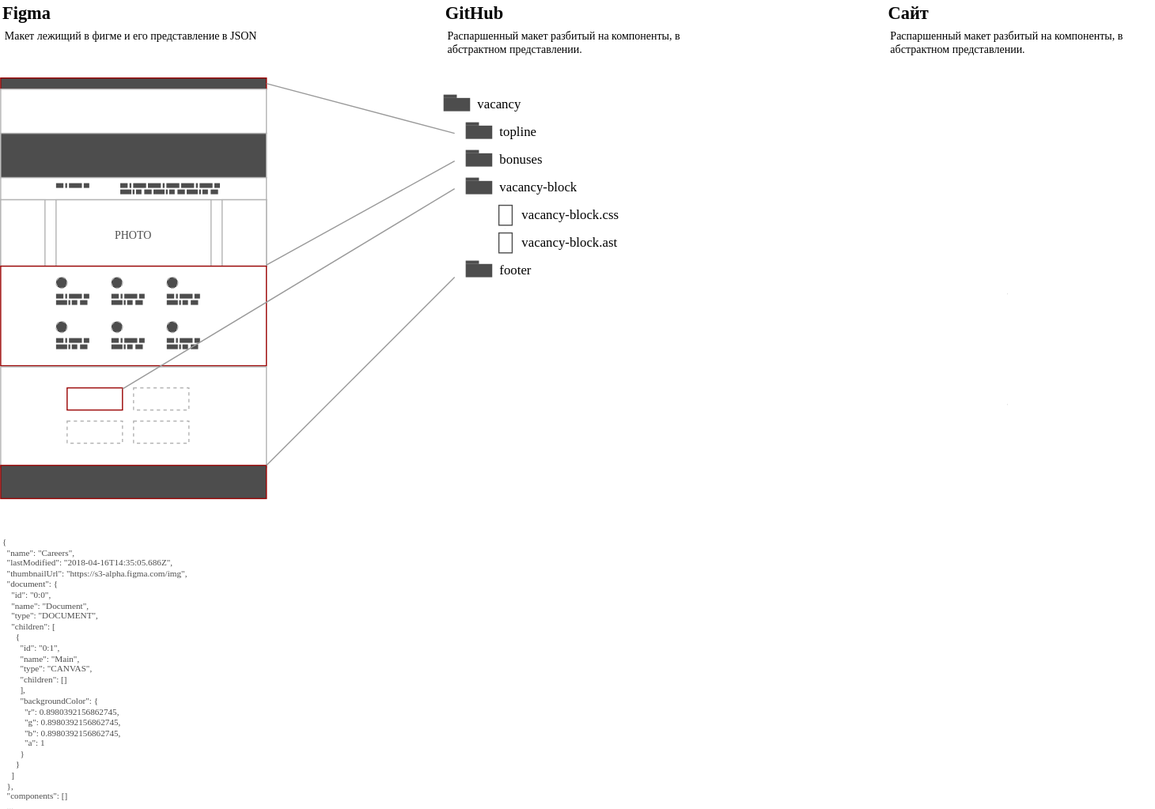
This is ambitious-figma.svg from ajile/draw-io, a draw.io export, as it was before one commit. Source tidied: cells renumbered, new cells last; positions are measured from the earlier drawing's top-left corner, leaving out a move shared by most shapes.
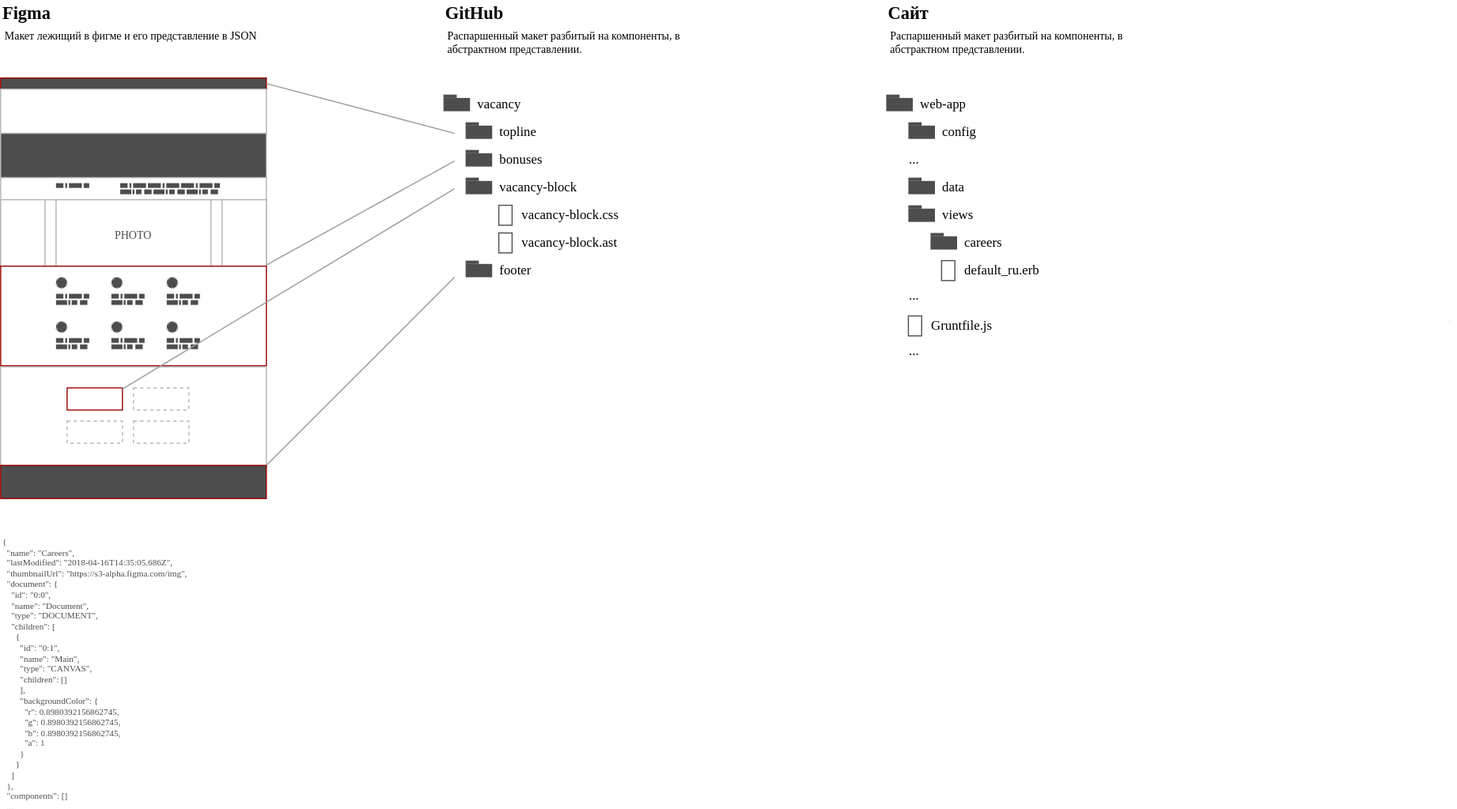
Later version of the same file.

The edit, as a diff of the source:
```diff
@@ -468,12 +468,6 @@
     <mxCell id="157" style="rounded=0;whiteSpace=wrap;html=1;shadow=0;strokeColor=none;strokeWidth=1;fillColor=#4D4D4D;fontFamily=Verdana;fontSize=10;fontColor=#000000;align=left;" parent="156" vertex="1">
       <mxGeometry width="24" height="12" as="geometry" />
     </mxCell>
-    <mxCell id="158" style="edgeStyle=none;rounded=0;html=1;exitX=0.75;exitY=0;entryX=0.75;entryY=0;dashed=1;labelBackgroundColor=none;startArrow=none;startFill=0;startSize=16;endArrow=classicThin;endFill=1;endSize=4;jettySize=auto;orthogonalLoop=1;strokeColor=#999999;strokeWidth=1;fontFamily=Verdana;fontSize=10;fontColor=#000000;" parent="153" edge="1">
-      <mxGeometry relative="1" as="geometry">
-        <mxPoint x="489" y="130" as="sourcePoint" />
-        <mxPoint x="489" y="130" as="targetPoint" />
-      </mxGeometry>
-    </mxCell>
     <mxCell id="159" value="bonuses&lt;br style=&quot;font-size: 12px&quot;&gt;" style="text;html=1;strokeColor=none;fillColor=none;align=left;verticalAlign=middle;whiteSpace=wrap;rounded=0;shadow=0;fontFamily=Verdana;fontSize=12;fontColor=#000000;spacingLeft=5;" parent="98" vertex="1">
       <mxGeometry x="444" y="133" width="136" height="20" as="geometry" />
     </mxCell>
@@ -537,12 +531,6 @@
     <mxCell id="178" style="rounded=0;whiteSpace=wrap;html=1;shadow=0;strokeColor=none;strokeWidth=1;fillColor=#4D4D4D;fontFamily=Verdana;fontSize=10;fontColor=#000000;align=left;" parent="177" vertex="1">
       <mxGeometry width="24" height="12" as="geometry" />
     </mxCell>
-    <mxCell id="179" style="edgeStyle=none;rounded=0;html=1;exitX=0.75;exitY=0;entryX=0.75;entryY=0;dashed=1;labelBackgroundColor=none;startArrow=none;startFill=0;startSize=16;endArrow=classicThin;endFill=1;endSize=4;jettySize=auto;orthogonalLoop=1;strokeColor=#999999;strokeWidth=1;fontFamily=Verdana;fontSize=10;fontColor=#000000;" parent="174" edge="1">
-      <mxGeometry relative="1" as="geometry">
-        <mxPoint x="489" y="130" as="sourcePoint" />
-        <mxPoint x="489" y="130" as="targetPoint" />
-      </mxGeometry>
-    </mxCell>
     <mxCell id="180" style="endArrow=none;html=1;labelBackgroundColor=none;strokeColor=#999999;strokeWidth=1;fontFamily=Verdana;fontSize=12;fontColor=#000000;exitX=1;exitY=-0.011;exitPerimeter=0;" parent="98" edge="1" source="11">
       <mxGeometry relative="1" as="geometry">
         <mxPoint x="410" y="145" as="targetPoint" />
@@ -600,5 +588,146 @@
     <mxCell id="194" value="Распаршенный макет разбитый на компоненты, в абстрактном представлении.&lt;br&gt;" style="text;html=1;strokeColor=none;fillColor=none;align=left;verticalAlign=top;whiteSpace=wrap;rounded=0;shadow=0;dashed=1;fontFamily=Verdana;fontSize=10;fontColor=#000000;fontStyle=0;" parent="98" vertex="1">
       <mxGeometry x="802" y="20" width="240" height="30" as="geometry" />
     </mxCell>
+    <mxCell id="195" style="group;strokeColor=none;" parent="98" vertex="1">
+      <mxGeometry x="820" y="110" width="24" height="15" as="geometry" />
+    </mxCell>
+    <mxCell id="196" style="rounded=0;whiteSpace=wrap;html=1;shadow=0;strokeColor=none;strokeWidth=1;fillColor=#4D4D4D;fontFamily=Verdana;fontSize=10;fontColor=#000000;align=left;" parent="195" vertex="1">
+      <mxGeometry width="12" height="3" as="geometry" />
+    </mxCell>
+    <mxCell id="197" style="edgeStyle=none;rounded=0;html=1;exitX=0.75;exitY=0;entryX=0.75;entryY=0;dashed=1;labelBackgroundColor=none;startArrow=none;startFill=0;startSize=16;endArrow=classicThin;endFill=1;endSize=4;jettySize=auto;orthogonalLoop=1;strokeColor=#999999;strokeWidth=1;fontFamily=Verdana;fontSize=10;fontColor=#000000;" parent="195" edge="1" source="196" target="196">
+      <mxGeometry relative="1" as="geometry" />
+    </mxCell>
+    <mxCell id="198" style="group;" parent="195" vertex="1">
+      <mxGeometry y="3" width="24" height="12" as="geometry" />
+    </mxCell>
+    <mxCell id="199" style="rounded=0;whiteSpace=wrap;html=1;shadow=0;strokeColor=none;strokeWidth=1;fillColor=#4D4D4D;fontFamily=Verdana;fontSize=10;fontColor=#000000;align=left;" parent="198" vertex="1">
+      <mxGeometry width="24" height="12" as="geometry" />
+    </mxCell>
+    <mxCell id="200" value="config&lt;br style=&quot;font-size: 12px&quot;&gt;" style="text;html=1;strokeColor=none;fillColor=none;align=left;verticalAlign=middle;whiteSpace=wrap;rounded=0;shadow=0;fontFamily=Verdana;fontSize=12;fontColor=#000000;spacingLeft=5;" parent="98" vertex="1">
+      <mxGeometry x="844" y="108" width="136" height="20" as="geometry" />
+    </mxCell>
+    <mxCell id="201" style="group;strokeColor=none;" parent="98" vertex="1">
+      <mxGeometry x="820" y="160" width="24" height="15" as="geometry" />
+    </mxCell>
+    <mxCell id="202" style="rounded=0;whiteSpace=wrap;html=1;shadow=0;strokeColor=none;strokeWidth=1;fillColor=#4D4D4D;fontFamily=Verdana;fontSize=10;fontColor=#000000;align=left;" parent="201" vertex="1">
+      <mxGeometry width="12" height="3" as="geometry" />
+    </mxCell>
+    <mxCell id="203" style="edgeStyle=none;rounded=0;html=1;exitX=0.75;exitY=0;entryX=0.75;entryY=0;dashed=1;labelBackgroundColor=none;startArrow=none;startFill=0;startSize=16;endArrow=classicThin;endFill=1;endSize=4;jettySize=auto;orthogonalLoop=1;strokeColor=#999999;strokeWidth=1;fontFamily=Verdana;fontSize=10;fontColor=#000000;" parent="201" edge="1" source="202" target="202">
+      <mxGeometry relative="1" as="geometry" />
+    </mxCell>
+    <mxCell id="204" style="group;" parent="201" vertex="1">
+      <mxGeometry y="3" width="24" height="12" as="geometry" />
+    </mxCell>
+    <mxCell id="205" style="rounded=0;whiteSpace=wrap;html=1;shadow=0;strokeColor=none;strokeWidth=1;fillColor=#4D4D4D;fontFamily=Verdana;fontSize=10;fontColor=#000000;align=left;" parent="204" vertex="1">
+      <mxGeometry width="24" height="12" as="geometry" />
+    </mxCell>
+    <mxCell id="206" style="edgeStyle=none;rounded=0;html=1;exitX=0.75;exitY=0;entryX=0.75;entryY=0;dashed=1;labelBackgroundColor=none;startArrow=none;startFill=0;startSize=16;endArrow=classicThin;endFill=1;endSize=4;jettySize=auto;orthogonalLoop=1;strokeColor=#999999;strokeWidth=1;fontFamily=Verdana;fontSize=10;fontColor=#000000;" parent="201" edge="1">
+      <mxGeometry relative="1" as="geometry">
+        <mxPoint x="489" y="130" as="sourcePoint" />
+        <mxPoint x="489" y="130" as="targetPoint" />
+      </mxGeometry>
+    </mxCell>
+    <mxCell id="207" value="data&lt;br style=&quot;font-size: 12px&quot;&gt;" style="text;html=1;strokeColor=none;fillColor=none;align=left;verticalAlign=middle;whiteSpace=wrap;rounded=0;shadow=0;fontFamily=Verdana;fontSize=12;fontColor=#000000;spacingLeft=5;" parent="98" vertex="1">
+      <mxGeometry x="844" y="158" width="136" height="20" as="geometry" />
+    </mxCell>
+    <mxCell id="208" style="group;strokeColor=none;" parent="98" vertex="1">
+      <mxGeometry x="820" y="185" width="24" height="15" as="geometry" />
+    </mxCell>
+    <mxCell id="209" style="rounded=0;whiteSpace=wrap;html=1;shadow=0;strokeColor=none;strokeWidth=1;fillColor=#4D4D4D;fontFamily=Verdana;fontSize=10;fontColor=#000000;align=left;" parent="208" vertex="1">
+      <mxGeometry width="12" height="3" as="geometry" />
+    </mxCell>
+    <mxCell id="210" style="edgeStyle=none;rounded=0;html=1;exitX=0.75;exitY=0;entryX=0.75;entryY=0;dashed=1;labelBackgroundColor=none;startArrow=none;startFill=0;startSize=16;endArrow=classicThin;endFill=1;endSize=4;jettySize=auto;orthogonalLoop=1;strokeColor=#999999;strokeWidth=1;fontFamily=Verdana;fontSize=10;fontColor=#000000;" parent="208" edge="1" source="209" target="209">
+      <mxGeometry relative="1" as="geometry" />
+    </mxCell>
+    <mxCell id="211" style="group;" parent="208" vertex="1">
+      <mxGeometry y="3" width="24" height="12" as="geometry" />
+    </mxCell>
+    <mxCell id="212" style="rounded=0;whiteSpace=wrap;html=1;shadow=0;strokeColor=none;strokeWidth=1;fillColor=#4D4D4D;fontFamily=Verdana;fontSize=10;fontColor=#000000;align=left;" parent="211" vertex="1">
+      <mxGeometry width="24" height="12" as="geometry" />
+    </mxCell>
+    <mxCell id="213" value="views&lt;br style=&quot;font-size: 12px&quot;&gt;" style="text;html=1;strokeColor=none;fillColor=none;align=left;verticalAlign=middle;whiteSpace=wrap;rounded=0;shadow=0;fontFamily=Verdana;fontSize=12;fontColor=#000000;spacingLeft=5;" parent="98" vertex="1">
+      <mxGeometry x="844" y="183" width="136" height="20" as="geometry" />
+    </mxCell>
+    <mxCell id="214" style="group;strokeColor=none;" parent="98" vertex="1">
+      <mxGeometry x="800" y="85" width="24" height="15" as="geometry" />
+    </mxCell>
+    <mxCell id="215" style="rounded=0;whiteSpace=wrap;html=1;shadow=0;strokeColor=none;strokeWidth=1;fillColor=#4D4D4D;fontFamily=Verdana;fontSize=10;fontColor=#000000;align=left;" parent="214" vertex="1">
+      <mxGeometry width="12" height="3" as="geometry" />
+    </mxCell>
+    <mxCell id="216" style="edgeStyle=none;rounded=0;html=1;exitX=0.75;exitY=0;entryX=0.75;entryY=0;dashed=1;labelBackgroundColor=none;startArrow=none;startFill=0;startSize=16;endArrow=classicThin;endFill=1;endSize=4;jettySize=auto;orthogonalLoop=1;strokeColor=#999999;strokeWidth=1;fontFamily=Verdana;fontSize=10;fontColor=#000000;" parent="214" edge="1" source="215" target="215">
+      <mxGeometry relative="1" as="geometry" />
+    </mxCell>
+    <mxCell id="217" style="group;" parent="214" vertex="1">
+      <mxGeometry y="3" width="24" height="12" as="geometry" />
+    </mxCell>
+    <mxCell id="218" style="rounded=0;whiteSpace=wrap;html=1;shadow=0;strokeColor=none;strokeWidth=1;fillColor=#4D4D4D;fontFamily=Verdana;fontSize=10;fontColor=#000000;align=left;" parent="217" vertex="1">
+      <mxGeometry width="24" height="12" as="geometry" />
+    </mxCell>
+    <mxCell id="219" value="web-app&lt;br style=&quot;font-size: 12px&quot;&gt;" style="text;html=1;strokeColor=none;fillColor=none;align=left;verticalAlign=middle;whiteSpace=wrap;rounded=0;shadow=0;fontFamily=Verdana;fontSize=12;fontColor=#000000;spacingLeft=5;" parent="98" vertex="1">
+      <mxGeometry x="824" y="83" width="136" height="20" as="geometry" />
+    </mxCell>
+    <mxCell id="220" style="group;strokeColor=none;" parent="98" vertex="1">
+      <mxGeometry x="820" y="281" width="14" height="25" as="geometry" />
+    </mxCell>
+    <mxCell id="221" style="edgeStyle=none;rounded=0;html=1;exitX=0.75;exitY=0;entryX=0.75;entryY=0;dashed=1;labelBackgroundColor=none;startArrow=none;startFill=0;startSize=16;endArrow=classicThin;endFill=1;endSize=4;jettySize=auto;orthogonalLoop=1;strokeColor=#999999;strokeWidth=1;fontFamily=Verdana;fontSize=10;fontColor=#000000;" parent="220" edge="1">
+      <mxGeometry relative="1" as="geometry">
+        <mxPoint x="5.2" as="sourcePoint" />
+        <mxPoint x="5.2" as="targetPoint" />
+      </mxGeometry>
+    </mxCell>
+    <mxCell id="222" style="group;" parent="220" vertex="1">
+      <mxGeometry y="5" width="14" height="20" as="geometry" />
+    </mxCell>
+    <mxCell id="223" style="rounded=0;whiteSpace=wrap;html=1;shadow=0;strokeColor=#4D4D4D;strokeWidth=1;fillColor=#ffffff;fontFamily=Verdana;fontSize=10;fontColor=#000000;align=left;gradientColor=none;" parent="222" vertex="1">
+      <mxGeometry y="-1" width="12" height="18" as="geometry" />
+    </mxCell>
+    <mxCell id="224" value="Gruntfile.js&lt;br style=&quot;font-size: 12px&quot;&gt;" style="text;html=1;strokeColor=none;fillColor=none;align=left;verticalAlign=middle;whiteSpace=wrap;rounded=0;shadow=0;fontFamily=Verdana;fontSize=12;fontColor=#000000;spacingLeft=5;" parent="98" vertex="1">
+      <mxGeometry x="834" y="283" width="136" height="20" as="geometry" />
+    </mxCell>
+    <mxCell id="225" value="...&lt;br style=&quot;font-size: 12px&quot;&gt;" style="text;html=1;strokeColor=none;fillColor=none;align=left;verticalAlign=middle;whiteSpace=wrap;rounded=0;shadow=0;fontFamily=Verdana;fontSize=12;fontColor=#000000;spacingLeft=5;" parent="98" vertex="1">
+      <mxGeometry x="814" y="133" width="136" height="20" as="geometry" />
+    </mxCell>
+    <mxCell id="226" style="group;strokeColor=none;" parent="98" vertex="1">
+      <mxGeometry x="840" y="210" width="24" height="15" as="geometry" />
+    </mxCell>
+    <mxCell id="227" style="rounded=0;whiteSpace=wrap;html=1;shadow=0;strokeColor=none;strokeWidth=1;fillColor=#4D4D4D;fontFamily=Verdana;fontSize=10;fontColor=#000000;align=left;" parent="226" vertex="1">
+      <mxGeometry width="12" height="3" as="geometry" />
+    </mxCell>
+    <mxCell id="228" style="edgeStyle=none;rounded=0;html=1;exitX=0.75;exitY=0;entryX=0.75;entryY=0;dashed=1;labelBackgroundColor=none;startArrow=none;startFill=0;startSize=16;endArrow=classicThin;endFill=1;endSize=4;jettySize=auto;orthogonalLoop=1;strokeColor=#999999;strokeWidth=1;fontFamily=Verdana;fontSize=10;fontColor=#000000;" parent="226" edge="1" source="227" target="227">
+      <mxGeometry relative="1" as="geometry" />
+    </mxCell>
+    <mxCell id="229" style="group;" parent="226" vertex="1">
+      <mxGeometry y="3" width="24" height="12" as="geometry" />
+    </mxCell>
+    <mxCell id="230" style="rounded=0;whiteSpace=wrap;html=1;shadow=0;strokeColor=none;strokeWidth=1;fillColor=#4D4D4D;fontFamily=Verdana;fontSize=10;fontColor=#000000;align=left;" parent="229" vertex="1">
+      <mxGeometry width="24" height="12" as="geometry" />
+    </mxCell>
+    <mxCell id="231" value="careers&lt;br style=&quot;font-size: 12px&quot;&gt;" style="text;html=1;strokeColor=none;fillColor=none;align=left;verticalAlign=middle;whiteSpace=wrap;rounded=0;shadow=0;fontFamily=Verdana;fontSize=12;fontColor=#000000;spacingLeft=5;" parent="98" vertex="1">
+      <mxGeometry x="864" y="208" width="136" height="20" as="geometry" />
+    </mxCell>
+    <mxCell id="232" style="group;strokeColor=none;" parent="98" vertex="1">
+      <mxGeometry x="850" y="231" width="14" height="25" as="geometry" />
+    </mxCell>
+    <mxCell id="233" style="edgeStyle=none;rounded=0;html=1;exitX=0.75;exitY=0;entryX=0.75;entryY=0;dashed=1;labelBackgroundColor=none;startArrow=none;startFill=0;startSize=16;endArrow=classicThin;endFill=1;endSize=4;jettySize=auto;orthogonalLoop=1;strokeColor=#999999;strokeWidth=1;fontFamily=Verdana;fontSize=10;fontColor=#000000;" parent="232" edge="1">
+      <mxGeometry relative="1" as="geometry">
+        <mxPoint x="5.2" as="sourcePoint" />
+        <mxPoint x="5.2" as="targetPoint" />
+      </mxGeometry>
+    </mxCell>
+    <mxCell id="234" style="group;" parent="232" vertex="1">
+      <mxGeometry y="5" width="14" height="20" as="geometry" />
+    </mxCell>
+    <mxCell id="235" style="rounded=0;whiteSpace=wrap;html=1;shadow=0;strokeColor=#4D4D4D;strokeWidth=1;fillColor=#ffffff;fontFamily=Verdana;fontSize=10;fontColor=#000000;align=left;gradientColor=none;" parent="234" vertex="1">
+      <mxGeometry y="-1" width="12" height="18" as="geometry" />
+    </mxCell>
+    <mxCell id="236" value="default_ru.erb&lt;br style=&quot;font-size: 12px&quot;&gt;" style="text;html=1;strokeColor=none;fillColor=none;align=left;verticalAlign=middle;whiteSpace=wrap;rounded=0;shadow=0;fontFamily=Verdana;fontSize=12;fontColor=#000000;spacingLeft=5;" parent="98" vertex="1">
+      <mxGeometry x="864" y="233" width="136" height="20" as="geometry" />
+    </mxCell>
+    <mxCell id="237" value="...&lt;br style=&quot;font-size: 12px&quot;&gt;" style="text;html=1;strokeColor=none;fillColor=none;align=left;verticalAlign=middle;whiteSpace=wrap;rounded=0;shadow=0;fontFamily=Verdana;fontSize=12;fontColor=#000000;spacingLeft=5;" parent="98" vertex="1">
+      <mxGeometry x="814" y="256" width="136" height="20" as="geometry" />
+    </mxCell>
+    <mxCell id="238" value="...&lt;br style=&quot;font-size: 12px&quot;&gt;" style="text;html=1;strokeColor=none;fillColor=none;align=left;verticalAlign=middle;whiteSpace=wrap;rounded=0;shadow=0;fontFamily=Verdana;fontSize=12;fontColor=#000000;spacingLeft=5;" parent="98" vertex="1">
+      <mxGeometry x="814" y="306" width="136" height="20" as="geometry" />
+    </mxCell>
   </root>
 </mxGraphModel>
```
